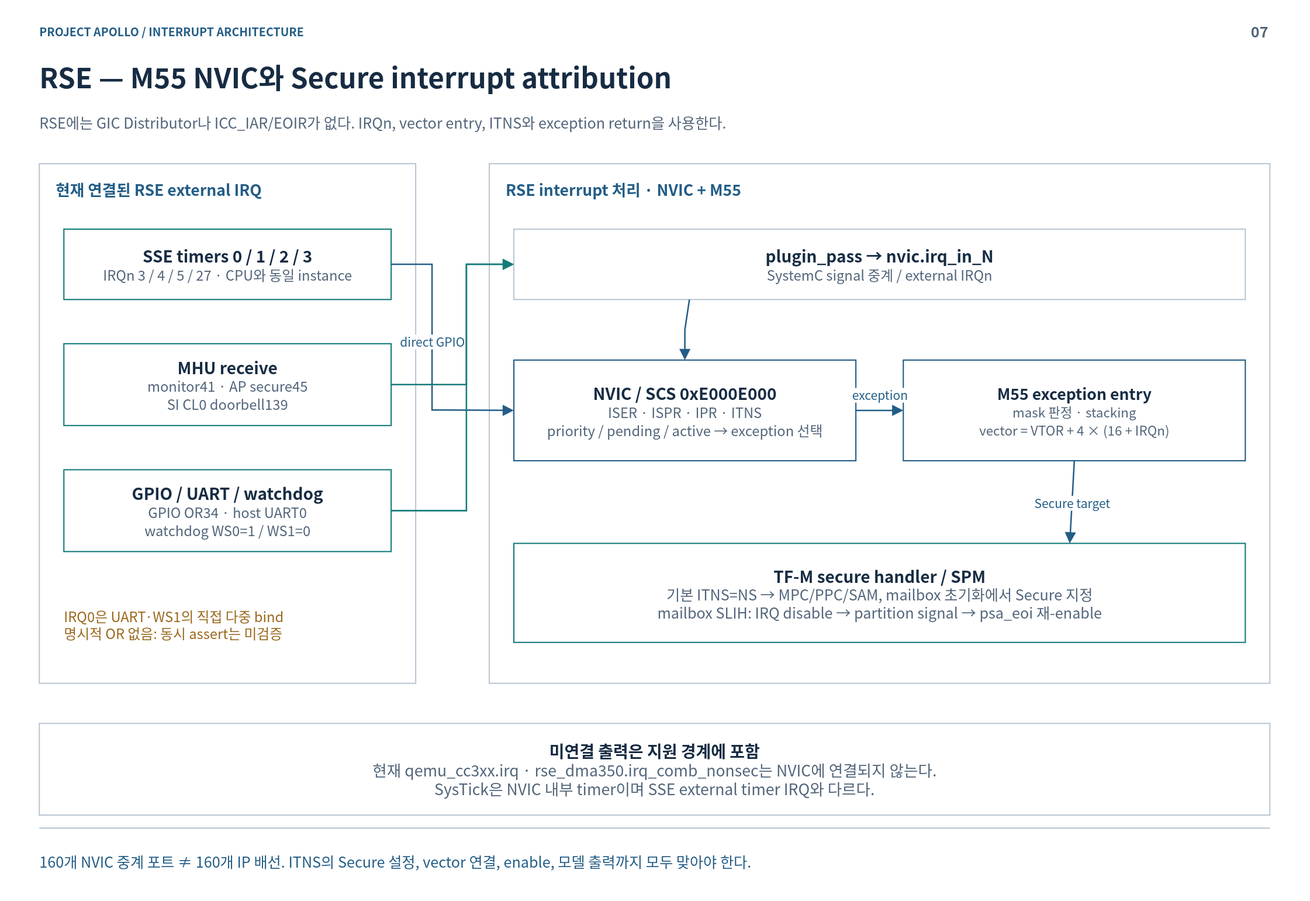
This is doc/phase1/interrupt/diagrams/07-rse-nvic.drawio.svg from cometzero/project-apollo, a draw.io export, as it was before one commit. Source tidied: cells renumbered, new cells last; positions are measured from the earlier drawing's top-left corner, leaving out a move shared by most shapes.
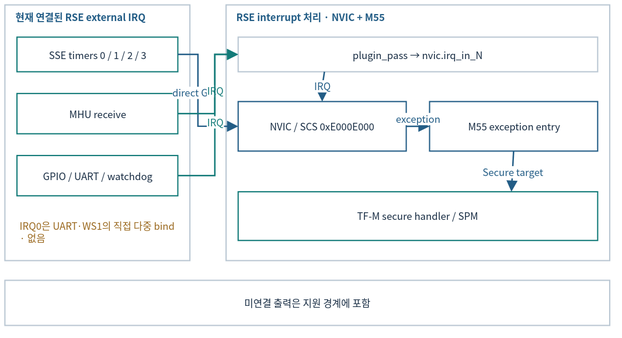
Later version of the same file.

Diff of the diagram source:
```diff
@@ -2,108 +2,84 @@
   <root>
     <mxCell id="0" />
     <mxCell id="1" parent="0" />
-    <mxCell id="2" style="rounded=0;whiteSpace=wrap;html=1;fillColor=#FFFFFF;strokeColor=none;strokeWidth=1.5;fontColor=#172C43;fontFamily=Noto Sans CJK KR;fontSize=18;spacing=14;" parent="1" vertex="1">
-      <mxGeometry width="1600" height="1100" as="geometry" />
-    </mxCell>
-    <mxCell id="3" value="PROJECT APOLLO  /  INTERRUPT ARCHITECTURE" style="rounded=0;whiteSpace=wrap;html=1;fillColor=#FFFFFF;strokeColor=none;strokeWidth=1.5;fontColor=#172C43;fontFamily=Noto Sans CJK KR;fontSize=18;spacing=14;fillColor=none;align=left;verticalAlign=middle;spacing=0;fontSize=14;fontColor=#235D86;fontStyle=1;" parent="1" vertex="1">
-      <mxGeometry x="48" y="26" width="1400" height="24" as="geometry" />
-    </mxCell>
-    <mxCell id="4" value="07" style="rounded=0;whiteSpace=wrap;html=1;fillColor=#FFFFFF;strokeColor=none;strokeWidth=1.5;fontColor=#172C43;fontFamily=Noto Sans CJK KR;fontSize=18;spacing=14;fillColor=none;align=right;verticalAlign=middle;spacing=0;fontSize=18;fontColor=#52657A;fontStyle=1;" parent="1" vertex="1">
-      <mxGeometry x="1485" y="23" width="65" height="30" as="geometry" />
-    </mxCell>
-    <mxCell id="5" value="RSE — M55 NVIC와 Secure interrupt attribution" style="rounded=0;whiteSpace=wrap;html=1;fillColor=#FFFFFF;strokeColor=none;strokeWidth=1.5;fontColor=#172C43;fontFamily=Noto Sans CJK KR;fontSize=18;spacing=14;fillColor=none;align=left;verticalAlign=middle;spacing=0;fontSize=34;fontColor=#172C43;fontStyle=1;" parent="1" vertex="1">
-      <mxGeometry x="48" y="67" width="1504" height="54" as="geometry" />
-    </mxCell>
-    <mxCell id="6" value="RSE에는 GIC Distributor나 ICC_IAR/EOIR가 없다. IRQn, vector entry, ITNS와 exception return을 사용한다." style="rounded=0;whiteSpace=wrap;html=1;fillColor=#FFFFFF;strokeColor=none;strokeWidth=1.5;fontColor=#172C43;fontFamily=Noto Sans CJK KR;fontSize=18;spacing=14;fillColor=none;align=left;verticalAlign=middle;spacing=0;fontSize=18;fontColor=#52657A;" parent="1" vertex="1">
-      <mxGeometry x="48" y="127" width="1504" height="44" as="geometry" />
-    </mxCell>
-    <mxCell id="7" style="html=1;rounded=0;edgeStyle=none;endArrow=none;endSize=9;strokeColor=#BAC7D3;strokeWidth=1.6;fontColor=#BAC7D3;fontFamily=Noto Sans CJK KR;fontSize=15;labelBackgroundColor=#FFFFFF;" parent="1" edge="1">
-      <mxGeometry relative="1" as="geometry">
-        <mxPoint x="48" y="1012" as="sourcePoint" />
-        <mxPoint x="1552" y="1012" as="targetPoint" />
-      </mxGeometry>
-    </mxCell>
-    <mxCell id="8" value="160개 NVIC 중계 포트 ≠ 160개 IP 배선. ITNS의 Secure 설정, vector 연결, enable, 모델 출력까지 모두 맞아야 한다." style="rounded=0;whiteSpace=wrap;html=1;fillColor=#FFFFFF;strokeColor=none;strokeWidth=1.5;fontColor=#172C43;fontFamily=Noto Sans CJK KR;fontSize=18;spacing=14;fillColor=none;align=left;verticalAlign=middle;spacing=0;fontSize=18;fontColor=#235D86;" parent="1" vertex="1">
-      <mxGeometry x="48" y="1026" width="1504" height="52" as="geometry" />
-    </mxCell>
-    <mxCell id="9" style="rounded=0;whiteSpace=wrap;html=1;fillColor=#FFFFFF;strokeColor=#BAC7D3;strokeWidth=1.5;fontColor=#172C43;fontFamily=Noto Sans CJK KR;fontSize=18;spacing=14;" parent="1" vertex="1">
-      <mxGeometry x="48" y="200" width="460" height="635" as="geometry" />
+    <mxCell id="9" style="rounded=0;whiteSpace=wrap;html=1;fillColor=#FFFFFF;strokeColor=#BAC7D3;strokeWidth=1.5;fontColor=#172C43;fontFamily=Noto Sans CJK KR;fontSize=12;spacing=3;whiteSpace=wrap;" parent="1" vertex="1">
+      <mxGeometry x="12" y="12" width="226.3" height="312.4" as="geometry" />
     </mxCell>
-    <mxCell id="10" value="현재 연결된 RSE external IRQ" style="rounded=0;whiteSpace=wrap;html=1;fillColor=#FFFFFF;strokeColor=none;strokeWidth=1.5;fontColor=#172C43;fontFamily=Noto Sans CJK KR;fontSize=18;spacing=14;fillColor=none;align=left;verticalAlign=middle;spacing=0;fontSize=19;fontColor=#235D86;fontStyle=1;" parent="1" vertex="1">
-      <mxGeometry x="68" y="215" width="420" height="32" as="geometry" />
+    <mxCell id="10" value="현재 연결된 RSE external IRQ" style="rounded=0;whiteSpace=wrap;html=1;fillColor=#FFFFFF;strokeColor=none;strokeWidth=1.5;fontColor=#172C43;fontFamily=Noto Sans CJK KR;fillColor=none;align=left;verticalAlign=middle;fontColor=#235D86;fontStyle=1;fontSize=12;spacing=3;whiteSpace=wrap;" parent="1" vertex="1">
+      <mxGeometry x="21.8" y="19.4" width="206.7" height="15.7" as="geometry" />
     </mxCell>
-    <mxCell id="11" value="&lt;b style=&quot;font-size:20px&quot;&gt;SSE timers 0 / 1 / 2 / 3&lt;/b&gt;&lt;br&gt;&lt;font color=&quot;#52657A&quot; style=&quot;font-size:17px&quot;&gt;IRQn 3 / 4 / 5 / 27 · CPU와 동일 instance&lt;/font&gt;" style="rounded=0;whiteSpace=wrap;html=1;fillColor=#FFFFFF;strokeColor=#147B79;strokeWidth=1.5;fontColor=#172C43;fontFamily=Noto Sans CJK KR;fontSize=18;spacing=14;" parent="1" vertex="1">
-      <mxGeometry x="78" y="280" width="400" height="86" as="geometry" />
+    <mxCell id="11" value="SSE timers 0 / 1 / 2 / 3" style="rounded=0;whiteSpace=wrap;html=1;fillColor=#FFFFFF;strokeColor=#147B79;strokeWidth=1.5;fontColor=#172C43;fontFamily=Noto Sans CJK KR;fontSize=12;spacing=3;whiteSpace=wrap;" parent="1" vertex="1">
+      <mxGeometry x="26.8" y="51.4" width="196.8" height="42.3" as="geometry" />
     </mxCell>
-    <mxCell id="12" value="&lt;b style=&quot;font-size:20px&quot;&gt;MHU receive&lt;/b&gt;&lt;br&gt;&lt;font color=&quot;#52657A&quot; style=&quot;font-size:17px&quot;&gt;monitor41 · AP secure45&lt;br&gt;SI CL0 doorbell139&lt;/font&gt;" style="rounded=0;whiteSpace=wrap;html=1;fillColor=#FFFFFF;strokeColor=#147B79;strokeWidth=1.5;fontColor=#172C43;fontFamily=Noto Sans CJK KR;fontSize=18;spacing=14;" parent="1" vertex="1">
-      <mxGeometry x="78" y="420" width="400" height="100" as="geometry" />
+    <mxCell id="12" value="MHU receive" style="rounded=0;whiteSpace=wrap;html=1;fillColor=#FFFFFF;strokeColor=#147B79;strokeWidth=1.5;fontColor=#172C43;fontFamily=Noto Sans CJK KR;fontSize=12;spacing=3;whiteSpace=wrap;" parent="1" vertex="1">
+      <mxGeometry x="26.8" y="120.2" width="196.8" height="49.2" as="geometry" />
     </mxCell>
-    <mxCell id="13" value="&lt;b style=&quot;font-size:20px&quot;&gt;GPIO / UART / watchdog&lt;/b&gt;&lt;br&gt;&lt;font color=&quot;#52657A&quot; style=&quot;font-size:17px&quot;&gt;GPIO OR34 · host UART0&lt;br&gt;watchdog WS0=1 / WS1=0&lt;/font&gt;" style="rounded=0;whiteSpace=wrap;html=1;fillColor=#FFFFFF;strokeColor=#147B79;strokeWidth=1.5;fontColor=#172C43;fontFamily=Noto Sans CJK KR;fontSize=18;spacing=14;" parent="1" vertex="1">
-      <mxGeometry x="78" y="574" width="400" height="100" as="geometry" />
+    <mxCell id="13" value="GPIO / UART / watchdog" style="rounded=0;whiteSpace=wrap;html=1;fillColor=#FFFFFF;strokeColor=#147B79;strokeWidth=1.5;fontColor=#172C43;fontFamily=Noto Sans CJK KR;fontSize=12;spacing=3;whiteSpace=wrap;" parent="1" vertex="1">
+      <mxGeometry x="26.8" y="196" width="196.8" height="49.2" as="geometry" />
     </mxCell>
-    <mxCell id="14" value="IRQ0은 UART·WS1의 직접 다중 bind&lt;br&gt;명시적 OR 없음: 동시 assert는 미검증" style="rounded=0;whiteSpace=wrap;html=1;fillColor=#FFFFFF;strokeColor=none;strokeWidth=1.5;fontColor=#172C43;fontFamily=Noto Sans CJK KR;fontSize=18;spacing=14;fillColor=none;align=left;verticalAlign=middle;spacing=0;fontSize=17;fontColor=#9A681E;" parent="1" vertex="1">
-      <mxGeometry x="78" y="728" width="400" height="70" as="geometry" />
+    <mxCell id="14" value="IRQ0은 UART·WS1의 직접 다중 bind · 없음" style="rounded=0;whiteSpace=wrap;html=1;fillColor=#FFFFFF;strokeColor=none;strokeWidth=1.5;fontColor=#172C43;fontFamily=Noto Sans CJK KR;fillColor=none;align=left;verticalAlign=middle;fontColor=#9A681E;fontSize=12;spacing=3;whiteSpace=wrap;" parent="1" vertex="1">
+      <mxGeometry x="26.8" y="271.8" width="196.8" height="34.4" as="geometry" />
     </mxCell>
-    <mxCell id="15" style="rounded=0;whiteSpace=wrap;html=1;fillColor=#FFFFFF;strokeColor=#BAC7D3;strokeWidth=1.5;fontColor=#172C43;fontFamily=Noto Sans CJK KR;fontSize=18;spacing=14;" parent="1" vertex="1">
-      <mxGeometry x="598" y="200" width="954" height="635" as="geometry" />
+    <mxCell id="15" style="rounded=0;whiteSpace=wrap;html=1;fillColor=#FFFFFF;strokeColor=#BAC7D3;strokeWidth=1.5;fontColor=#172C43;fontFamily=Noto Sans CJK KR;fontSize=12;spacing=3;whiteSpace=wrap;" parent="1" vertex="1">
+      <mxGeometry x="282.6" y="12" width="469.4" height="312.4" as="geometry" />
     </mxCell>
-    <mxCell id="16" value="RSE interrupt 처리  ·  NVIC + M55" style="rounded=0;whiteSpace=wrap;html=1;fillColor=#FFFFFF;strokeColor=none;strokeWidth=1.5;fontColor=#172C43;fontFamily=Noto Sans CJK KR;fontSize=18;spacing=14;fillColor=none;align=left;verticalAlign=middle;spacing=0;fontSize=19;fontColor=#235D86;fontStyle=1;" parent="1" vertex="1">
-      <mxGeometry x="618" y="215" width="914" height="32" as="geometry" />
+    <mxCell id="16" value="RSE interrupt 처리  ·  NVIC + M55" style="rounded=0;whiteSpace=wrap;html=1;fillColor=#FFFFFF;strokeColor=none;strokeWidth=1.5;fontColor=#172C43;fontFamily=Noto Sans CJK KR;fillColor=none;align=left;verticalAlign=middle;fontColor=#235D86;fontStyle=1;fontSize=12;spacing=3;whiteSpace=wrap;" parent="1" vertex="1">
+      <mxGeometry x="292.4" y="19.4" width="449.7" height="15.7" as="geometry" />
     </mxCell>
-    <mxCell id="17" value="&lt;b style=&quot;font-size:20px&quot;&gt;plugin_pass → nvic.irq_in_N&lt;/b&gt;&lt;br&gt;&lt;font color=&quot;#52657A&quot; style=&quot;font-size:17px&quot;&gt;SystemC signal 중계 / external IRQn&lt;/font&gt;" style="rounded=0;whiteSpace=wrap;html=1;fillColor=#FFFFFF;strokeColor=#BAC7D3;strokeWidth=1.5;fontColor=#172C43;fontFamily=Noto Sans CJK KR;fontSize=18;spacing=14;" parent="1" vertex="1">
-      <mxGeometry x="628" y="280" width="894" height="86" as="geometry" />
+    <mxCell id="17" value="plugin_pass → nvic.irq_in_N" style="rounded=0;whiteSpace=wrap;html=1;fillColor=#FFFFFF;strokeColor=#BAC7D3;strokeWidth=1.5;fontColor=#172C43;fontFamily=Noto Sans CJK KR;fontSize=12;spacing=3;whiteSpace=wrap;" parent="1" vertex="1">
+      <mxGeometry x="297.4" y="51.4" width="439.9" height="42.3" as="geometry" />
     </mxCell>
-    <mxCell id="18" value="&lt;b style=&quot;font-size:20px&quot;&gt;NVIC / SCS 0xE000E000&lt;/b&gt;&lt;br&gt;&lt;font color=&quot;#52657A&quot; style=&quot;font-size:17px&quot;&gt;ISER · ISPR · IPR · ITNS&lt;br&gt;priority / pending / active → exception 선택&lt;/font&gt;" style="rounded=0;whiteSpace=wrap;html=1;fillColor=#FFFFFF;strokeColor=#235D86;strokeWidth=1.5;fontColor=#172C43;fontFamily=Noto Sans CJK KR;fontSize=18;spacing=14;" parent="1" vertex="1">
-      <mxGeometry x="628" y="440" width="418" height="123" as="geometry" />
+    <mxCell id="18" value="NVIC / SCS 0xE000E000" style="rounded=0;whiteSpace=wrap;html=1;fillColor=#FFFFFF;strokeColor=#235D86;strokeWidth=1.5;fontColor=#172C43;fontFamily=Noto Sans CJK KR;fontSize=12;spacing=3;whiteSpace=wrap;" parent="1" vertex="1">
+      <mxGeometry x="297.4" y="130.1" width="205.7" height="60.5" as="geometry" />
     </mxCell>
-    <mxCell id="19" value="&lt;b style=&quot;font-size:19px&quot;&gt;M55 exception entry&lt;/b&gt;&lt;br&gt;&lt;font color=&quot;#52657A&quot; style=&quot;font-size:16px&quot;&gt;mask 판정 · stacking&lt;br&gt;vector = VTOR + 4 × (16 + IRQn)&lt;/font&gt;" style="rounded=0;whiteSpace=wrap;html=1;fillColor=#FFFFFF;strokeColor=#235D86;strokeWidth=1.5;fontColor=#172C43;fontFamily=Noto Sans CJK KR;fontSize=18;spacing=14;" parent="1" vertex="1">
-      <mxGeometry x="1104" y="440" width="418" height="123" as="geometry" />
+    <mxCell id="19" value="M55 exception entry" style="rounded=0;whiteSpace=wrap;html=1;fillColor=#FFFFFF;strokeColor=#235D86;strokeWidth=1.5;fontColor=#172C43;fontFamily=Noto Sans CJK KR;fontSize=12;spacing=3;whiteSpace=wrap;" parent="1" vertex="1">
+      <mxGeometry x="531.6" y="130.1" width="205.7" height="60.5" as="geometry" />
     </mxCell>
-    <mxCell id="20" style="html=1;whiteSpace=nowrap;rounded=0;edgeStyle=none;endArrow=block;endFill=1;endSize=9;strokeColor=#235D86;strokeWidth=1.8;fontColor=#235D86;fontFamily=Noto Sans CJK KR;fontSize=15;labelBackgroundColor=#FFFFFF;exitX=0.24;exitY=1;exitDx=0;exitDy=0;entryX=0.5;entryY=0;entryDx=0;entryDy=0;" parent="1" edge="1" source="17" target="18">
+    <mxCell id="20" value="IRQ" style="html=1;rounded=0;edgeStyle=none;endArrow=block;endFill=1;endSize=9;strokeColor=#235D86;strokeWidth=1.8;fontColor=#235D86;fontFamily=Noto Sans CJK KR;labelBackgroundColor=#FFFFFF;exitX=0.24;exitY=1;exitDx=0;exitDy=0;entryX=0.5;entryY=0;entryDx=0;entryDy=0;fontSize=12;spacing=3;whiteSpace=nowrap;" parent="1" edge="1" source="17" target="18">
       <mxGeometry relative="1" as="geometry">
         <Array as="points">
-          <mxPoint x="837" y="403" />
+          <mxPoint x="400.2" y="111.9" />
         </Array>
       </mxGeometry>
     </mxCell>
-    <mxCell id="21" value="exception" style="html=1;whiteSpace=nowrap;rounded=0;edgeStyle=none;endArrow=block;endFill=1;endSize=9;strokeColor=#235D86;strokeWidth=1.8;fontColor=#235D86;fontFamily=Noto Sans CJK KR;fontSize=15;labelBackgroundColor=#FFFFFF;exitX=1;exitY=0.5;exitDx=0;exitDy=0;entryX=0;entryY=0.5;entryDx=0;entryDy=0;" parent="1" edge="1" source="18" target="19">
+    <mxCell id="21" value="exception" style="html=1;rounded=0;edgeStyle=none;endArrow=block;endFill=1;endSize=9;strokeColor=#235D86;strokeWidth=1.8;fontColor=#235D86;fontFamily=Noto Sans CJK KR;labelBackgroundColor=#FFFFFF;exitX=1;exitY=0.5;exitDx=0;exitDy=0;entryX=0;entryY=0.5;entryDx=0;entryDy=0;fontSize=12;spacing=3;whiteSpace=nowrap;" parent="1" edge="1" source="18" target="19">
       <mxGeometry relative="1" as="geometry">
-        <mxPoint y="-20" as="offset" />
+        <mxPoint y="-9.8" as="offset" />
       </mxGeometry>
     </mxCell>
-    <mxCell id="22" value="&lt;b style=&quot;font-size:20px&quot;&gt;TF-M secure handler / SPM&lt;/b&gt;&lt;br&gt;&lt;font color=&quot;#52657A&quot; style=&quot;font-size:18px&quot;&gt;기본 ITNS=NS → MPC/PPC/SAM, mailbox 초기화에서 Secure 지정&lt;br&gt;mailbox SLIH: IRQ disable → partition signal → psa_eoi 재-enable&lt;/font&gt;" style="rounded=0;whiteSpace=wrap;html=1;fillColor=#FFFFFF;strokeColor=#147B79;strokeWidth=1.5;fontColor=#172C43;fontFamily=Noto Sans CJK KR;fontSize=18;spacing=14;" parent="1" vertex="1">
-      <mxGeometry x="628" y="664" width="894" height="121" as="geometry" />
+    <mxCell id="22" value="TF-M secure handler / SPM" style="rounded=0;whiteSpace=wrap;html=1;fillColor=#FFFFFF;strokeColor=#147B79;strokeWidth=1.5;fontColor=#172C43;fontFamily=Noto Sans CJK KR;fontSize=12;spacing=3;whiteSpace=wrap;" parent="1" vertex="1">
+      <mxGeometry x="297.4" y="240.3" width="439.9" height="59.5" as="geometry" />
     </mxCell>
-    <mxCell id="23" value="Secure target" style="html=1;whiteSpace=nowrap;rounded=0;edgeStyle=none;endArrow=block;endFill=1;endSize=9;strokeColor=#235D86;strokeWidth=1.8;fontColor=#235D86;fontFamily=Noto Sans CJK KR;fontSize=15;labelBackgroundColor=#FFFFFF;exitX=0.5;exitY=1;exitDx=0;exitDy=0;entryX=0.76;entryY=0;entryDx=0;entryDy=0;" parent="1" edge="1" source="19" target="22">
+    <mxCell id="23" value="Secure target" style="html=1;rounded=0;edgeStyle=none;endArrow=block;endFill=1;endSize=9;strokeColor=#235D86;strokeWidth=1.8;fontColor=#235D86;fontFamily=Noto Sans CJK KR;labelBackgroundColor=#FFFFFF;exitX=0.5;exitY=1;exitDx=0;exitDy=0;entryX=0.76;entryY=0;entryDx=0;entryDy=0;fontSize=12;spacing=3;whiteSpace=nowrap;" parent="1" edge="1" source="19" target="22">
       <mxGeometry relative="1" as="geometry" />
     </mxCell>
-    <mxCell id="24" value="direct GPIO" style="html=1;whiteSpace=nowrap;rounded=0;edgeStyle=none;endArrow=block;endFill=1;endSize=9;strokeColor=#235D86;strokeWidth=1.8;fontColor=#235D86;fontFamily=Noto Sans CJK KR;fontSize=15;labelBackgroundColor=#FFFFFF;exitX=1;exitY=0.5;exitDx=0;exitDy=0;entryX=0;entryY=0.5;entryDx=0;entryDy=0;" parent="1" edge="1" source="11" target="18">
+    <mxCell id="24" value="direct GPIO" style="html=1;rounded=0;edgeStyle=none;endArrow=block;endFill=1;endSize=9;strokeColor=#235D86;strokeWidth=1.8;fontColor=#235D86;fontFamily=Noto Sans CJK KR;labelBackgroundColor=#FFFFFF;exitX=1;exitY=0.5;exitDx=0;exitDy=0;entryX=0;entryY=0.5;entryDx=0;entryDy=0;fontSize=12;spacing=3;whiteSpace=nowrap;" parent="1" edge="1" source="11" target="18">
       <mxGeometry relative="1" as="geometry">
         <Array as="points">
-          <mxPoint x="528" y="323" />
-          <mxPoint x="528" y="501" />
+          <mxPoint x="248.2" y="72.5" />
+          <mxPoint x="248.2" y="160.1" />
         </Array>
-        <mxPoint y="-20" as="offset" />
+        <mxPoint y="-9.8" as="offset" />
       </mxGeometry>
     </mxCell>
-    <mxCell id="25" style="html=1;whiteSpace=nowrap;rounded=0;edgeStyle=none;endArrow=block;endFill=1;endSize=9;strokeColor=#147B79;strokeWidth=1.8;fontColor=#147B79;fontFamily=Noto Sans CJK KR;fontSize=15;labelBackgroundColor=#FFFFFF;exitX=1;exitY=0.5;exitDx=0;exitDy=0;entryX=0;entryY=0.5;entryDx=0;entryDy=0;" parent="1" edge="1" source="12" target="17">
+    <mxCell id="25" value="IRQ" style="html=1;rounded=0;edgeStyle=none;endArrow=block;endFill=1;endSize=9;strokeColor=#147B79;strokeWidth=1.8;fontColor=#147B79;fontFamily=Noto Sans CJK KR;labelBackgroundColor=#FFFFFF;exitX=1;exitY=0.5;exitDx=0;exitDy=0;entryX=0;entryY=0.5;entryDx=0;entryDy=0;fontSize=12;spacing=3;whiteSpace=nowrap;" parent="1" edge="1" source="12" target="17">
       <mxGeometry relative="1" as="geometry">
         <Array as="points">
-          <mxPoint x="570" y="470" />
-          <mxPoint x="570" y="323" />
+          <mxPoint x="268.8" y="144.8" />
+          <mxPoint x="268.8" y="72.5" />
         </Array>
       </mxGeometry>
     </mxCell>
-    <mxCell id="26" style="html=1;whiteSpace=nowrap;rounded=0;edgeStyle=none;endArrow=block;endFill=1;endSize=9;strokeColor=#147B79;strokeWidth=1.8;fontColor=#147B79;fontFamily=Noto Sans CJK KR;fontSize=15;labelBackgroundColor=#FFFFFF;exitX=1;exitY=0.5;exitDx=0;exitDy=0;entryX=0;entryY=0.5;entryDx=0;entryDy=0;" parent="1" edge="1" source="13" target="17">
+    <mxCell id="26" value="IRQ" style="html=1;rounded=0;edgeStyle=none;endArrow=block;endFill=1;endSize=9;strokeColor=#147B79;strokeWidth=1.8;fontColor=#147B79;fontFamily=Noto Sans CJK KR;labelBackgroundColor=#FFFFFF;exitX=1;exitY=0.5;exitDx=0;exitDy=0;entryX=0;entryY=0.5;entryDx=0;entryDy=0;fontSize=12;spacing=3;whiteSpace=nowrap;" parent="1" edge="1" source="13" target="17">
       <mxGeometry relative="1" as="geometry">
         <Array as="points">
-          <mxPoint x="570" y="624" />
-          <mxPoint x="570" y="323" />
+          <mxPoint x="268.8" y="220.6" />
+          <mxPoint x="268.8" y="72.5" />
         </Array>
       </mxGeometry>
     </mxCell>
-    <mxCell id="27" value="&lt;b style=&quot;font-size:20px&quot;&gt;미연결 출력은 지원 경계에 포함&lt;/b&gt;&lt;br&gt;&lt;font color=&quot;#52657A&quot; style=&quot;font-size:19px&quot;&gt;현재 qemu_cc3xx.irq · rse_dma350.irq_comb_nonsec는 NVIC에 연결되지 않는다.&lt;br&gt;SysTick은 NVIC 내부 timer이며 SSE external timer IRQ와 다르다.&lt;/font&gt;" style="rounded=0;whiteSpace=wrap;html=1;fillColor=#FFFFFF;strokeColor=#BAC7D3;strokeWidth=1.5;fontColor=#172C43;fontFamily=Noto Sans CJK KR;fontSize=18;spacing=14;" parent="1" vertex="1">
-      <mxGeometry x="48" y="884" width="1504" height="112" as="geometry" />
+    <mxCell id="27" value="미연결 출력은 지원 경계에 포함" style="rounded=0;whiteSpace=wrap;html=1;fillColor=#FFFFFF;strokeColor=#BAC7D3;strokeWidth=1.5;fontColor=#172C43;fontFamily=Noto Sans CJK KR;fontSize=12;spacing=3;whiteSpace=wrap;" parent="1" vertex="1">
+      <mxGeometry x="12" y="348.5" width="740" height="55.1" as="geometry" />
     </mxCell>
   </root>
 </mxGraphModel>
```
